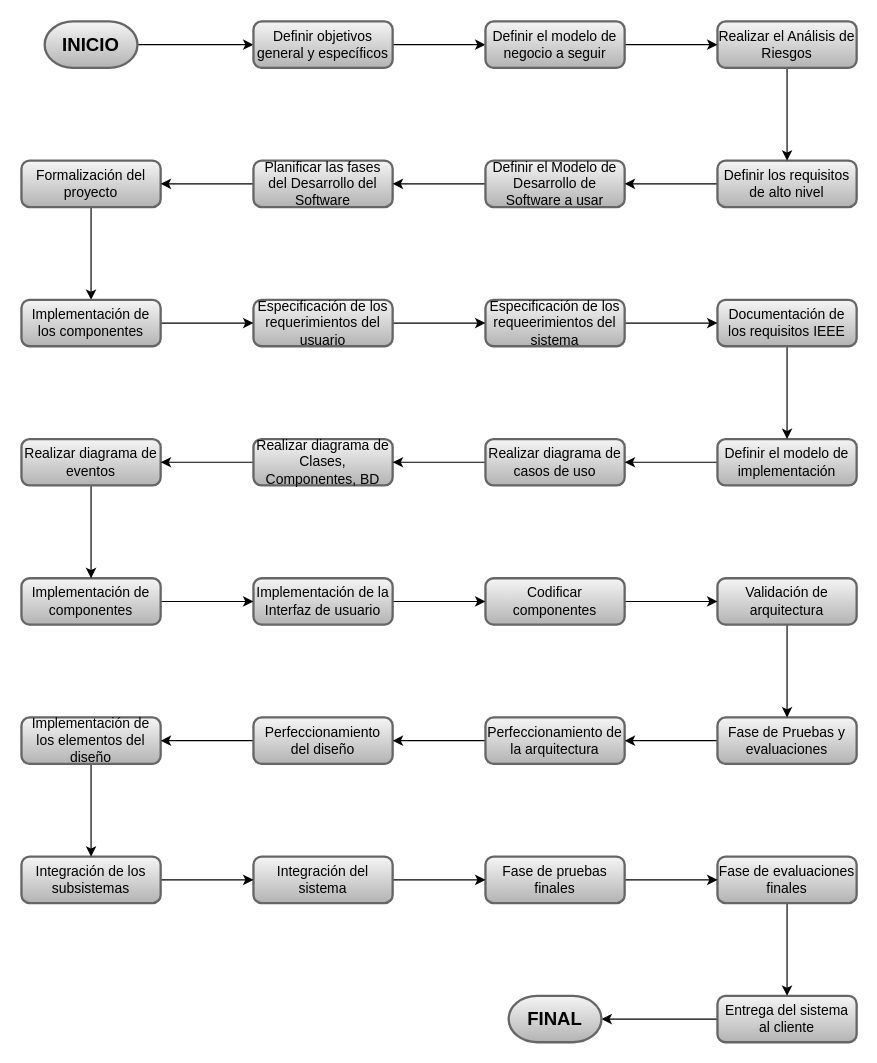
Before: diagrams/C03._DiagramaDeFlujo_Proceso_GustavoValadezCamacho.drawio in GustavoValadez/An-lisis-Avanzado-Software, a draw.io diagram. Source tidied: cells renumbered, new cells numbered last; positions are measured from the earlier drawing's top-left corner, leaving out a move shared by most shapes. Both pictures are drawn from the tidied source at 116%, with x=0, y=0 at pixel (21, 21).
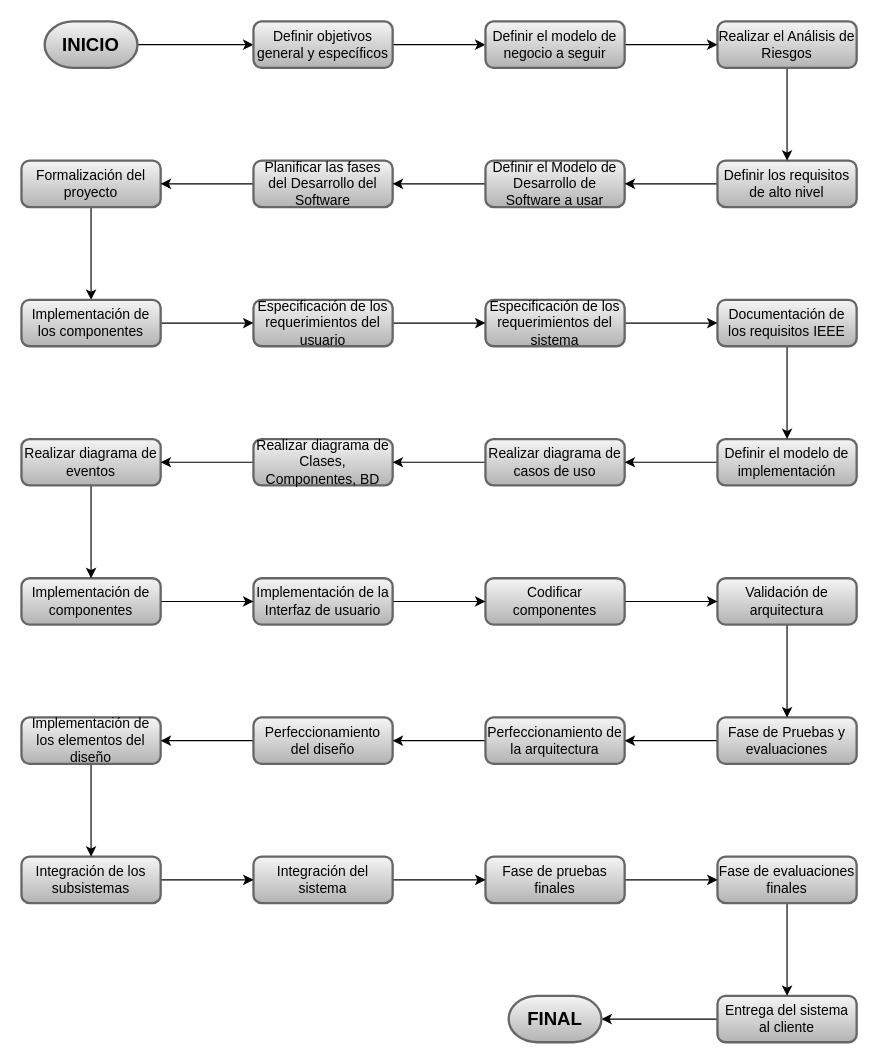
After the change.

What changed in the source:
```diff
@@
-    <mxCell id="45" value="Especificación de los requeerimientos del sistema" style="rounded=1;whiteSpace=wrap;html=1;absoluteArcSize=1;arcSize=14;strokeWidth=2;gradientColor=#b3b3b3;fillColor=#f5f5f5;strokeColor=#666666;fontColor=#000000;" parent="1" vertex="1">
+    <mxCell id="45" value="Especificación de los requerimientos del sistema" style="rounded=1;whiteSpace=wrap;html=1;absoluteArcSize=1;arcSize=14;strokeWidth=2;gradientColor=#b3b3b3;fillColor=#f5f5f5;strokeColor=#666666;fontColor=#000000;" parent="1" vertex="1">
       <mxGeometry x="400" y="240" width="120" height="40" as="geometry" />
     </mxCell>
```
